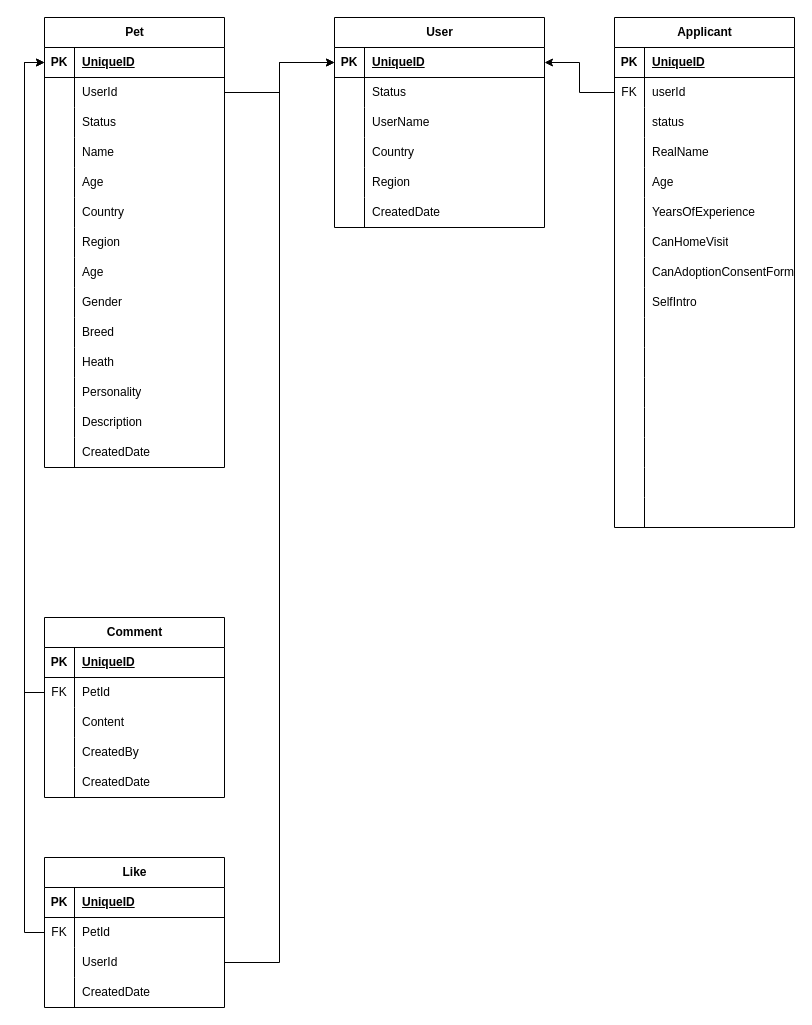
This is page "DB" (8 of 8) of MyApps/PetAdotion.drawio from vinceliao99/MyDiagrams, a draw.io file, before an edit. Source tidied: cells renumbered, new cells numbered last; positions are measured from the earlier drawing's top-left corner, leaving out a move shared by most shapes. Both pictures are drawn from the tidied source at 100%, with x=0, y=0 at pixel (44, 17).
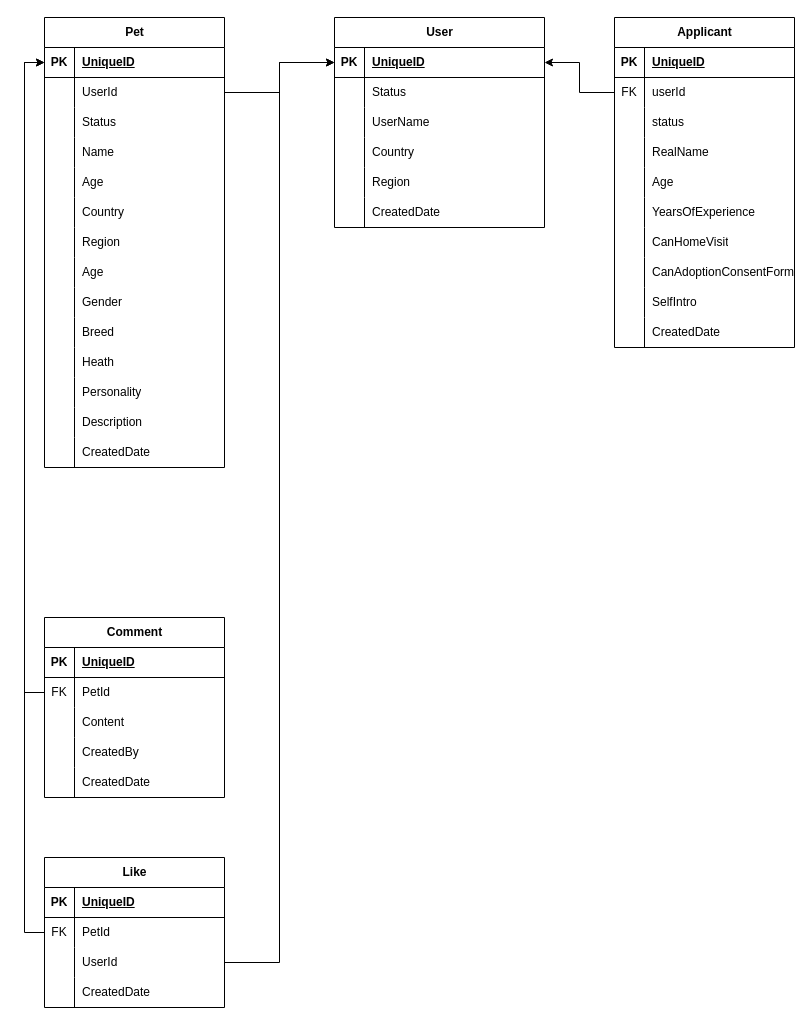
The same diagram, later.

Unchanged cells that the change refers to:
```xml
<mxCell id="49" style="shape=tableRow;horizontal=0;startSize=0;swimlaneHead=0;swimlaneBody=0;fillColor=none;top=0;left=0;right=0;bottom=0;" parent="21" vertex="1">
  <mxGeometry y="300" width="180" height="30" as="geometry" />
</mxCell>
```

The edit, as a diff of the source:
```diff
@@
     <mxCell id="21" value="Applicant" style="shape=table;startSize=30;childLayout=tableLayout;rowLines=0;fontStyle=1;align=center;html=1;" parent="1" vertex="1">
-      <mxGeometry x="570" width="180" height="510" as="geometry" />
+      <mxGeometry x="570" width="180" height="330" as="geometry" />
     </mxCell>
@@
-    <mxCell id="51" style="shape=partialRectangle;fillColor=none;top=0;left=0;bottom=0;right=0;align=left;spacingLeft=6;overflow=hidden;whiteSpace=wrap;html=1;" parent="49" vertex="1">
+    <mxCell id="51" value="CreatedDate" style="shape=partialRectangle;fillColor=none;top=0;left=0;bottom=0;right=0;align=left;spacingLeft=6;overflow=hidden;whiteSpace=wrap;html=1;" parent="49" vertex="1">
       <mxGeometry x="30" width="150" height="30" as="geometry" />
     </mxCell>
-    <mxCell id="52" style="shape=tableRow;horizontal=0;startSize=0;swimlaneHead=0;swimlaneBody=0;fillColor=none;top=0;left=0;right=0;bottom=0;" parent="21" vertex="1">
-      <mxGeometry y="330" width="180" height="30" as="geometry" />
-    </mxCell>
-    <mxCell id="53" style="shape=partialRectangle;fillColor=none;top=0;left=0;bottom=0;right=0;overflow=hidden;whiteSpace=wrap;html=1;" parent="52" vertex="1">
-      <mxGeometry width="30" height="30" as="geometry" />
-    </mxCell>
-    <mxCell id="54" style="shape=partialRectangle;fillColor=none;top=0;left=0;bottom=0;right=0;align=left;spacingLeft=6;overflow=hidden;whiteSpace=wrap;html=1;" parent="52" vertex="1">
-      <mxGeometry x="30" width="150" height="30" as="geometry" />
-    </mxCell>
-    <mxCell id="55" style="shape=tableRow;horizontal=0;startSize=0;swimlaneHead=0;swimlaneBody=0;fillColor=none;top=0;left=0;right=0;bottom=0;" parent="21" vertex="1">
-      <mxGeometry y="360" width="180" height="30" as="geometry" />
-    </mxCell>
-    <mxCell id="56" style="shape=partialRectangle;fillColor=none;top=0;left=0;bottom=0;right=0;overflow=hidden;whiteSpace=wrap;html=1;" parent="55" vertex="1">
-      <mxGeometry width="30" height="30" as="geometry" />
-    </mxCell>
-    <mxCell id="57" style="shape=partialRectangle;fillColor=none;top=0;left=0;bottom=0;right=0;align=left;spacingLeft=6;overflow=hidden;whiteSpace=wrap;html=1;" parent="55" vertex="1">
-      <mxGeometry x="30" width="150" height="30" as="geometry" />
-    </mxCell>
-    <mxCell id="58" style="shape=tableRow;horizontal=0;startSize=0;swimlaneHead=0;swimlaneBody=0;fillColor=none;top=0;left=0;right=0;bottom=0;" parent="21" vertex="1">
-      <mxGeometry y="390" width="180" height="30" as="geometry" />
-    </mxCell>
-    <mxCell id="59" style="shape=partialRectangle;fillColor=none;top=0;left=0;bottom=0;right=0;overflow=hidden;whiteSpace=wrap;html=1;" parent="58" vertex="1">
-      <mxGeometry width="30" height="30" as="geometry" />
-    </mxCell>
-    <mxCell id="60" style="shape=partialRectangle;fillColor=none;top=0;left=0;bottom=0;right=0;align=left;spacingLeft=6;overflow=hidden;whiteSpace=wrap;html=1;" parent="58" vertex="1">
-      <mxGeometry x="30" width="150" height="30" as="geometry" />
-    </mxCell>
-    <mxCell id="61" style="shape=tableRow;horizontal=0;startSize=0;swimlaneHead=0;swimlaneBody=0;fillColor=none;top=0;left=0;right=0;bottom=0;" parent="21" vertex="1">
-      <mxGeometry y="420" width="180" height="30" as="geometry" />
-    </mxCell>
-    <mxCell id="62" style="shape=partialRectangle;fillColor=none;top=0;left=0;bottom=0;right=0;overflow=hidden;whiteSpace=wrap;html=1;" parent="61" vertex="1">
-      <mxGeometry width="30" height="30" as="geometry" />
-    </mxCell>
-    <mxCell id="63" style="shape=partialRectangle;fillColor=none;top=0;left=0;bottom=0;right=0;align=left;spacingLeft=6;overflow=hidden;whiteSpace=wrap;html=1;" parent="61" vertex="1">
-      <mxGeometry x="30" width="150" height="30" as="geometry" />
-    </mxCell>
-    <mxCell id="64" style="shape=tableRow;horizontal=0;startSize=0;swimlaneHead=0;swimlaneBody=0;fillColor=none;top=0;left=0;right=0;bottom=0;" parent="21" vertex="1">
-      <mxGeometry y="450" width="180" height="30" as="geometry" />
-    </mxCell>
-    <mxCell id="65" style="shape=partialRectangle;fillColor=none;top=0;left=0;bottom=0;right=0;overflow=hidden;whiteSpace=wrap;html=1;" parent="64" vertex="1">
-      <mxGeometry width="30" height="30" as="geometry" />
-    </mxCell>
-    <mxCell id="66" style="shape=partialRectangle;fillColor=none;top=0;left=0;bottom=0;right=0;align=left;spacingLeft=6;overflow=hidden;whiteSpace=wrap;html=1;" parent="64" vertex="1">
-      <mxGeometry x="30" width="150" height="30" as="geometry" />
-    </mxCell>
-    <mxCell id="67" style="shape=tableRow;horizontal=0;startSize=0;swimlaneHead=0;swimlaneBody=0;fillColor=none;top=0;left=0;right=0;bottom=0;" parent="21" vertex="1">
-      <mxGeometry y="480" width="180" height="30" as="geometry" />
-    </mxCell>
-    <mxCell id="68" style="shape=partialRectangle;fillColor=none;top=0;left=0;bottom=0;right=0;overflow=hidden;whiteSpace=wrap;html=1;" parent="67" vertex="1">
-      <mxGeometry width="30" height="30" as="geometry" />
-    </mxCell>
-    <mxCell id="69" style="shape=partialRectangle;fillColor=none;top=0;left=0;bottom=0;right=0;align=left;spacingLeft=6;overflow=hidden;whiteSpace=wrap;html=1;" parent="67" vertex="1">
-      <mxGeometry x="30" width="150" height="30" as="geometry" />
-    </mxCell>
```
